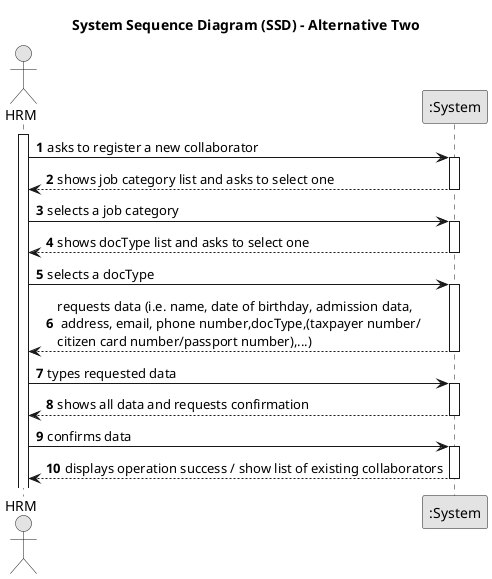
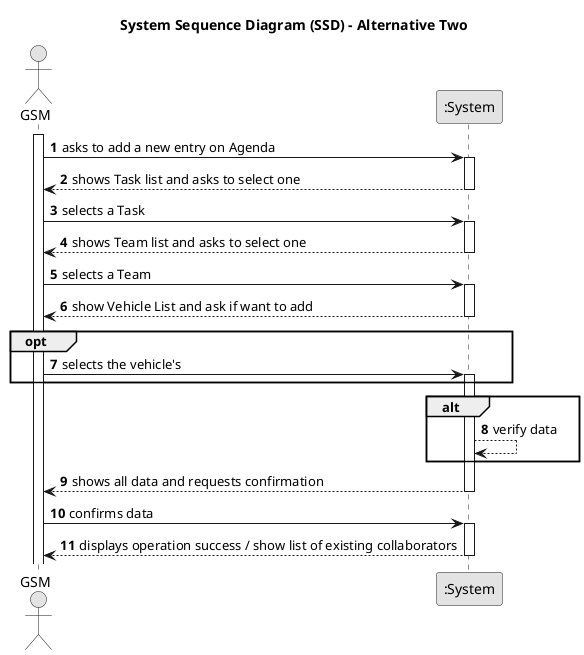
@startuml
skinparam monochrome true
skinparam packageStyle rectangle
skinparam shadowing false

title System Sequence Diagram (SSD) - Alternative Two

autonumber

- actor "HRM" as Manager
+ actor "GSM" as Manager
participant ":System" as System

activate Manager

-     Manager -> System : asks to register a new collaborator
+     Manager -> System : asks to add a new entry on Agenda
    activate System

-         System --> Manager : shows job category list and asks to select one
+         System --> Manager : shows Task list and asks to select one
    deactivate System

-     Manager -> System : selects a job category
+     Manager -> System : selects a Task
    activate System

-      System --> Manager : shows docType list and asks to select one
+      System --> Manager : shows Team list and asks to select one
        deactivate System

-         Manager -> System : selects a docType
+     Manager -> System : selects a Team
        activate System

-         System --> Manager : requests data (i.e. name, date of birthday, admission data,\n address, email, phone number,docType,(taxpayer number/\ncitizen card number/passport number),...)
-     deactivate System
- 
-     Manager -> System : types requested data
-     activate System
+      System --> Manager : show Vehicle List and ask if want to add
+         deactivate System
+     opt
+        Manager -> System : selects the vehicle's
+                activate System
+     end
+         alt
+        System --> System : verify data
+         end

        System --> Manager :shows all data and requests confirmation
    deactivate System

    Manager -> System : confirms data
    activate System

        System --> Manager : displays operation success / show list of existing collaborators
    deactivate System
@enduml